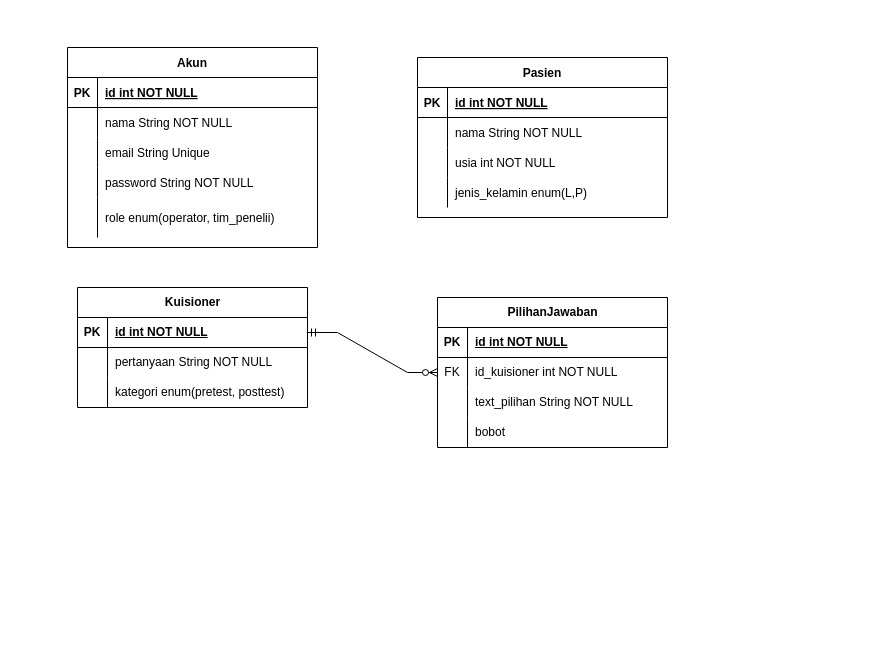
This is Untitled Diagram.drawio from zzarr/Tugas-Akhir, a draw.io file, before an edit. Source tidied: cells renumbered, new cells numbered last; positions are measured from the earlier drawing's top-left corner, leaving out a move shared by most shapes. Both pictures are drawn from the tidied source at 100%, with x=0, y=0 at pixel (67, 47).
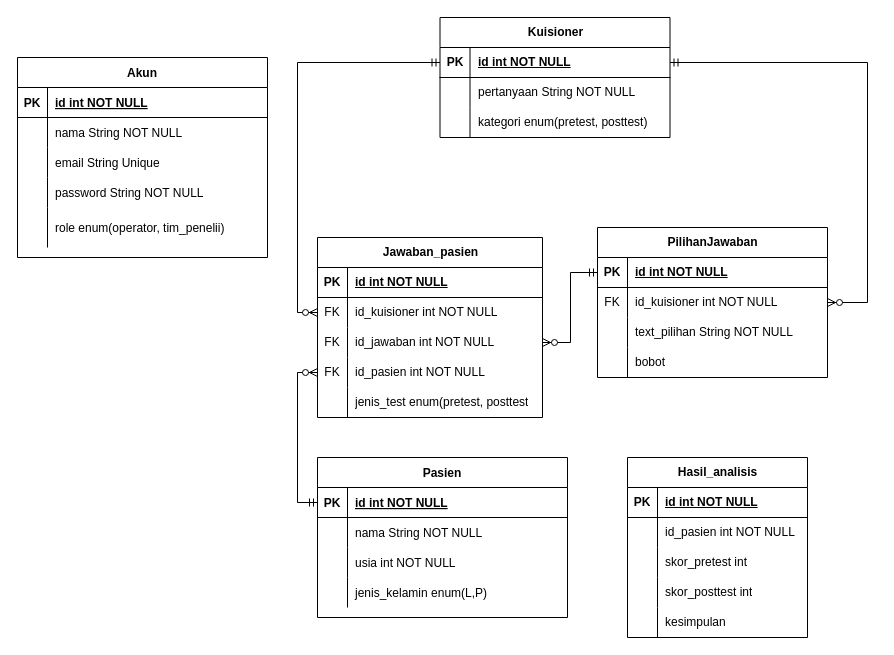
The same diagram, later.

The change refers to these unchanged cells:
```xml
<mxCell id="3" style="shape=partialRectangle;fillColor=none;points=[[0,0.5],[1,0.5]];portConstraint=eastwest;top=0;left=0;right=0;bottom=1;" parent="2" vertex="1">
  <mxGeometry y="30" width="250" height="30" as="geometry" />
</mxCell>
<mxCell id="32" style="shape=tableRow;horizontal=0;startSize=0;swimlaneHead=0;swimlaneBody=0;fillColor=none;points=[[0,0.5],[1,0.5]];portConstraint=eastwest;top=0;left=0;right=0;bottom=1;" parent="31" vertex="1">
  <mxGeometry y="30" width="230" height="30" as="geometry" />
</mxCell>
<mxCell id="42" style="shape=tableRow;horizontal=0;startSize=0;swimlaneHead=0;swimlaneBody=0;fillColor=none;points=[[0,0.5],[1,0.5]];portConstraint=eastwest;top=0;left=0;right=0;bottom=1;" parent="41" vertex="1">
  <mxGeometry y="30" width="230" height="30" as="geometry" />
</mxCell>
<mxCell id="45" style="shape=tableRow;horizontal=0;startSize=0;swimlaneHead=0;swimlaneBody=0;fillColor=none;points=[[0,0.5],[1,0.5]];portConstraint=eastwest;top=0;left=0;right=0;bottom=0;" parent="41" vertex="1">
  <mxGeometry y="60" width="230" height="30" as="geometry" />
</mxCell>
```

Change to the diagram source:
```diff
@@
     <mxCell id="2" value="Pasien" style="shape=table;startSize=30;childLayout=tableLayout;rowLines=0;fontStyle=1;align=center;" parent="1" vertex="1">
-      <mxGeometry x="350" y="10" width="250" height="160" as="geometry" />
+      <mxGeometry x="250" y="410" width="250" height="160" as="geometry" />
     </mxCell>
@@
     <mxCell id="15" value="Akun" style="shape=table;startSize=30;childLayout=tableLayout;rowLines=0;fontStyle=1;align=center;" parent="1" vertex="1">
-      <mxGeometry width="250" height="200" as="geometry" />
+      <mxGeometry x="-50" y="10" width="250" height="200" as="geometry" />
     </mxCell>
@@
     <mxCell id="31" value="Kuisioner" style="shape=table;startSize=30;childLayout=tableLayout;rowLines=0;fontStyle=1;align=center;html=1;" parent="1" vertex="1">
-      <mxGeometry x="10" y="240" width="230" height="120" as="geometry" />
+      <mxGeometry x="372.5" y="-30" width="230" height="120" as="geometry" />
     </mxCell>
@@
     <mxCell id="41" value="PilihanJawaban" style="shape=table;startSize=30;childLayout=tableLayout;rowLines=0;fontStyle=1;align=center;html=1;" parent="1" vertex="1">
-      <mxGeometry x="370" y="250" width="230" height="150" as="geometry" />
+      <mxGeometry x="530" y="180" width="230" height="150" as="geometry" />
     </mxCell>
@@
+    <mxCell id="55" value="Jawaban_pasien" style="shape=table;startSize=30;childLayout=tableLayout;rowLines=0;fontStyle=1;align=center;html=1;" parent="1" vertex="1">
+      <mxGeometry x="250" y="190" width="225" height="180" as="geometry" />
+    </mxCell>
+    <mxCell id="56" style="shape=tableRow;horizontal=0;startSize=0;swimlaneHead=0;swimlaneBody=0;fillColor=none;top=0;left=0;right=0;bottom=1;" parent="55" vertex="1">
+      <mxGeometry y="30" width="225" height="30" as="geometry" />
+    </mxCell>
+    <mxCell id="57" value="PK" style="shape=partialRectangle;fillColor=none;top=0;left=0;bottom=0;right=0;fontStyle=1;overflow=hidden;whiteSpace=wrap;html=1;" parent="56" vertex="1">
+      <mxGeometry width="30" height="30" as="geometry" />
+    </mxCell>
+    <mxCell id="58" value="id int NOT NULL" style="shape=partialRectangle;fillColor=none;top=0;left=0;bottom=0;right=0;align=left;spacingLeft=6;fontStyle=5;overflow=hidden;whiteSpace=wrap;html=1;" parent="56" vertex="1">
+      <mxGeometry x="30" width="195" height="30" as="geometry" />
+    </mxCell>
+    <mxCell id="59" style="shape=tableRow;horizontal=0;startSize=0;swimlaneHead=0;swimlaneBody=0;fillColor=none;points=[[0,0.5],[1,0.5]];portConstraint=eastwest;top=0;left=0;right=0;bottom=0;" parent="55" vertex="1">
+      <mxGeometry y="60" width="225" height="30" as="geometry" />
+    </mxCell>
+    <mxCell id="60" value="FK" style="shape=partialRectangle;fillColor=none;top=0;left=0;bottom=0;right=0;overflow=hidden;whiteSpace=wrap;html=1;" parent="59" vertex="1">
+      <mxGeometry width="30" height="30" as="geometry" />
+    </mxCell>
+    <mxCell id="61" value="id_kuisioner int NOT NULL" style="shape=partialRectangle;fillColor=none;top=0;left=0;bottom=0;right=0;align=left;spacingLeft=6;overflow=hidden;whiteSpace=wrap;html=1;" parent="59" vertex="1">
+      <mxGeometry x="30" width="195" height="30" as="geometry" />
+    </mxCell>
+    <mxCell id="62" style="shape=tableRow;horizontal=0;startSize=0;swimlaneHead=0;swimlaneBody=0;fillColor=none;points=[[0,0.5],[1,0.5]];portConstraint=eastwest;top=0;left=0;right=0;bottom=0;" parent="55" vertex="1">
+      <mxGeometry y="90" width="225" height="30" as="geometry" />
+    </mxCell>
+    <mxCell id="63" value="FK" style="shape=partialRectangle;fillColor=none;top=0;left=0;bottom=0;right=0;overflow=hidden;whiteSpace=wrap;html=1;" parent="62" vertex="1">
+      <mxGeometry width="30" height="30" as="geometry" />
+    </mxCell>
+    <mxCell id="64" value="id_jawaban int NOT NULL" style="shape=partialRectangle;fillColor=none;top=0;left=0;bottom=0;right=0;align=left;spacingLeft=6;overflow=hidden;whiteSpace=wrap;html=1;" parent="62" vertex="1">
+      <mxGeometry x="30" width="195" height="30" as="geometry" />
+    </mxCell>
+    <mxCell id="65" style="shape=tableRow;horizontal=0;startSize=0;swimlaneHead=0;swimlaneBody=0;fillColor=none;points=[[0,0.5],[1,0.5]];portConstraint=eastwest;top=0;left=0;right=0;bottom=0;" parent="55" vertex="1">
+      <mxGeometry y="120" width="225" height="30" as="geometry" />
+    </mxCell>
+    <mxCell id="66" value="FK" style="shape=partialRectangle;fillColor=none;top=0;left=0;bottom=0;right=0;overflow=hidden;whiteSpace=wrap;html=1;" parent="65" vertex="1">
+      <mxGeometry width="30" height="30" as="geometry" />
+    </mxCell>
+    <mxCell id="67" value="id_pasien int NOT NULL" style="shape=partialRectangle;fillColor=none;top=0;left=0;bottom=0;right=0;align=left;spacingLeft=6;overflow=hidden;whiteSpace=wrap;html=1;" parent="65" vertex="1">
+      <mxGeometry x="30" width="195" height="30" as="geometry" />
+    </mxCell>
+    <mxCell id="68" style="shape=tableRow;horizontal=0;startSize=0;swimlaneHead=0;swimlaneBody=0;fillColor=none;top=0;left=0;right=0;bottom=0;" parent="55" vertex="1">
+      <mxGeometry y="150" width="225" height="30" as="geometry" />
+    </mxCell>
+    <mxCell id="69" style="shape=partialRectangle;fillColor=none;top=0;left=0;bottom=0;right=0;overflow=hidden;whiteSpace=wrap;html=1;" parent="68" vertex="1">
+      <mxGeometry width="30" height="30" as="geometry" />
+    </mxCell>
+    <mxCell id="70" value="jenis_test enum(pretest, posttest" style="shape=partialRectangle;fillColor=none;top=0;left=0;bottom=0;right=0;align=left;spacingLeft=6;overflow=hidden;whiteSpace=wrap;html=1;" parent="68" vertex="1">
+      <mxGeometry x="30" width="195" height="30" as="geometry" />
+    </mxCell>
+    <mxCell id="71" style="edgeStyle=elbowEdgeStyle;fontSize=12;html=1;endArrow=ERzeroToMany;startArrow=ERmandOne;rounded=0;exitX=0;exitY=0.5;exitDx=0;exitDy=0;entryX=0;entryY=0.5;entryDx=0;entryDy=0;" parent="1" edge="1" source="32" target="59">
+      <mxGeometry relative="1" as="geometry">
+        <Array as="points">
+          <mxPoint x="230" y="110" />
+        </Array>
+      </mxGeometry>
+    </mxCell>
-    <mxCell id="54" style="edgeStyle=entityRelationEdgeStyle;fontSize=12;html=1;endArrow=ERzeroToMany;startArrow=ERmandOne;rounded=0;exitX=1;exitY=0.5;exitDx=0;exitDy=0;entryX=0;entryY=0.5;entryDx=0;entryDy=0;" parent="1" edge="1" source="32" target="45">
-      <mxGeometry relative="1" as="geometry" />
+    <mxCell id="54" style="edgeStyle=elbowEdgeStyle;fontSize=12;html=1;endArrow=ERzeroToMany;startArrow=ERmandOne;rounded=0;exitX=1;exitY=0.5;exitDx=0;exitDy=0;entryX=1;entryY=0.5;entryDx=0;entryDy=0;" parent="1" edge="1" source="32" target="45">
+      <mxGeometry relative="1" as="geometry">
+        <Array as="points">
+          <mxPoint x="800" y="110" />
+        </Array>
+      </mxGeometry>
     </mxCell>
+    <mxCell id="72" style="edgeStyle=elbowEdgeStyle;fontSize=12;html=1;endArrow=ERzeroToMany;startArrow=ERmandOne;rounded=0;entryX=1;entryY=0.5;entryDx=0;entryDy=0;exitX=0;exitY=0.5;exitDx=0;exitDy=0;" parent="1" edge="1" source="42" target="62">
+      <mxGeometry relative="1" as="geometry" />
+    </mxCell>
+    <mxCell id="73" style="edgeStyle=elbowEdgeStyle;fontSize=12;html=1;endArrow=ERzeroToMany;startArrow=ERmandOne;rounded=0;entryX=0;entryY=0.5;entryDx=0;entryDy=0;exitX=0;exitY=0.5;exitDx=0;exitDy=0;" parent="1" edge="1" source="3" target="65">
+      <mxGeometry relative="1" as="geometry">
+        <Array as="points">
+          <mxPoint x="230" y="330" />
+        </Array>
+      </mxGeometry>
+    </mxCell>
+    <mxCell id="74" value="Hasil_analisis" style="shape=table;startSize=30;childLayout=tableLayout;rowLines=0;fontStyle=1;align=center;html=1;" parent="1" vertex="1">
+      <mxGeometry x="560" y="410" width="180" height="180" as="geometry" />
+    </mxCell>
+    <mxCell id="75" style="shape=tableRow;horizontal=0;startSize=0;swimlaneHead=0;swimlaneBody=0;fillColor=none;top=0;left=0;right=0;bottom=1;" parent="74" vertex="1">
+      <mxGeometry y="30" width="180" height="30" as="geometry" />
+    </mxCell>
+    <mxCell id="76" value="PK" style="shape=partialRectangle;fillColor=none;top=0;left=0;bottom=0;right=0;fontStyle=1;overflow=hidden;whiteSpace=wrap;html=1;" parent="75" vertex="1">
+      <mxGeometry width="30" height="30" as="geometry" />
+    </mxCell>
+    <mxCell id="77" value="id int NOT NULL" style="shape=partialRectangle;fillColor=none;top=0;left=0;bottom=0;right=0;align=left;spacingLeft=6;fontStyle=5;overflow=hidden;whiteSpace=wrap;html=1;" parent="75" vertex="1">
+      <mxGeometry x="30" width="150" height="30" as="geometry" />
+    </mxCell>
+    <mxCell id="78" style="shape=tableRow;horizontal=0;startSize=0;swimlaneHead=0;swimlaneBody=0;fillColor=none;top=0;left=0;right=0;bottom=0;" parent="74" vertex="1">
+      <mxGeometry y="60" width="180" height="30" as="geometry" />
+    </mxCell>
+    <mxCell id="79" style="shape=partialRectangle;fillColor=none;top=0;left=0;bottom=0;right=0;overflow=hidden;whiteSpace=wrap;html=1;" parent="78" vertex="1">
+      <mxGeometry width="30" height="30" as="geometry" />
+    </mxCell>
+    <mxCell id="80" value="id_pasien int NOT NULL" style="shape=partialRectangle;fillColor=none;top=0;left=0;bottom=0;right=0;align=left;spacingLeft=6;overflow=hidden;whiteSpace=wrap;html=1;" parent="78" vertex="1">
+      <mxGeometry x="30" width="150" height="30" as="geometry" />
+    </mxCell>
+    <mxCell id="81" style="shape=tableRow;horizontal=0;startSize=0;swimlaneHead=0;swimlaneBody=0;fillColor=none;top=0;left=0;right=0;bottom=0;" parent="74" vertex="1">
+      <mxGeometry y="90" width="180" height="30" as="geometry" />
+    </mxCell>
+    <mxCell id="82" style="shape=partialRectangle;fillColor=none;top=0;left=0;bottom=0;right=0;overflow=hidden;whiteSpace=wrap;html=1;" parent="81" vertex="1">
+      <mxGeometry width="30" height="30" as="geometry" />
+    </mxCell>
+    <mxCell id="83" value="skor_pretest int&amp;nbsp;" style="shape=partialRectangle;fillColor=none;top=0;left=0;bottom=0;right=0;align=left;spacingLeft=6;overflow=hidden;whiteSpace=wrap;html=1;" parent="81" vertex="1">
+      <mxGeometry x="30" width="150" height="30" as="geometry" />
+    </mxCell>
+    <mxCell id="84" style="shape=tableRow;horizontal=0;startSize=0;swimlaneHead=0;swimlaneBody=0;fillColor=none;top=0;left=0;right=0;bottom=0;" parent="74" vertex="1">
+      <mxGeometry y="120" width="180" height="30" as="geometry" />
+    </mxCell>
+    <mxCell id="85" style="shape=partialRectangle;fillColor=none;top=0;left=0;bottom=0;right=0;overflow=hidden;whiteSpace=wrap;html=1;" parent="84" vertex="1">
+      <mxGeometry width="30" height="30" as="geometry" />
+    </mxCell>
+    <mxCell id="86" value="skor_posttest int" style="shape=partialRectangle;fillColor=none;top=0;left=0;bottom=0;right=0;align=left;spacingLeft=6;overflow=hidden;whiteSpace=wrap;html=1;" parent="84" vertex="1">
+      <mxGeometry x="30" width="150" height="30" as="geometry" />
+    </mxCell>
+    <mxCell id="87" style="shape=tableRow;horizontal=0;startSize=0;swimlaneHead=0;swimlaneBody=0;fillColor=none;top=0;left=0;right=0;bottom=0;" parent="74" vertex="1">
+      <mxGeometry y="150" width="180" height="30" as="geometry" />
+    </mxCell>
+    <mxCell id="88" style="shape=partialRectangle;fillColor=none;top=0;left=0;bottom=0;right=0;overflow=hidden;whiteSpace=wrap;html=1;" parent="87" vertex="1">
+      <mxGeometry width="30" height="30" as="geometry" />
+    </mxCell>
+    <mxCell id="89" value="kesimpulan" style="shape=partialRectangle;fillColor=none;top=0;left=0;bottom=0;right=0;align=left;spacingLeft=6;overflow=hidden;whiteSpace=wrap;html=1;" parent="87" vertex="1">
+      <mxGeometry x="30" width="150" height="30" as="geometry" />
+    </mxCell>
```
